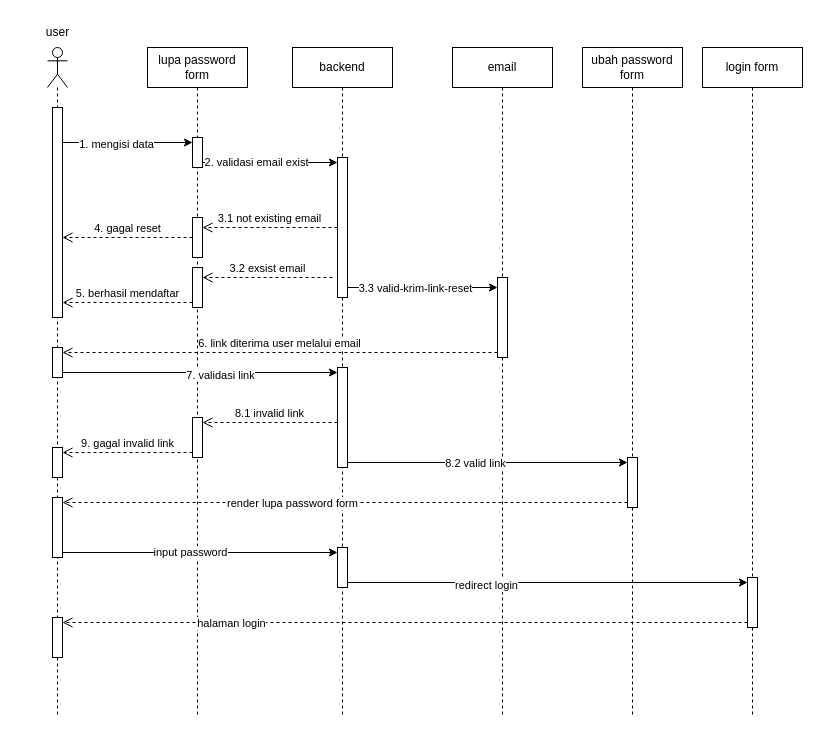
fuatanshori/flowchart keeps this draw.io diagram as squence/lupa password.drawio. Above is the earlier version. Source tidied: cells renumbered, new cells numbered last; positions are measured from the earlier drawing's top-left corner, leaving out a move shared by most shapes. Both pictures are drawn from the tidied source at 100%, with x=0, y=0 at pixel (32, 17).
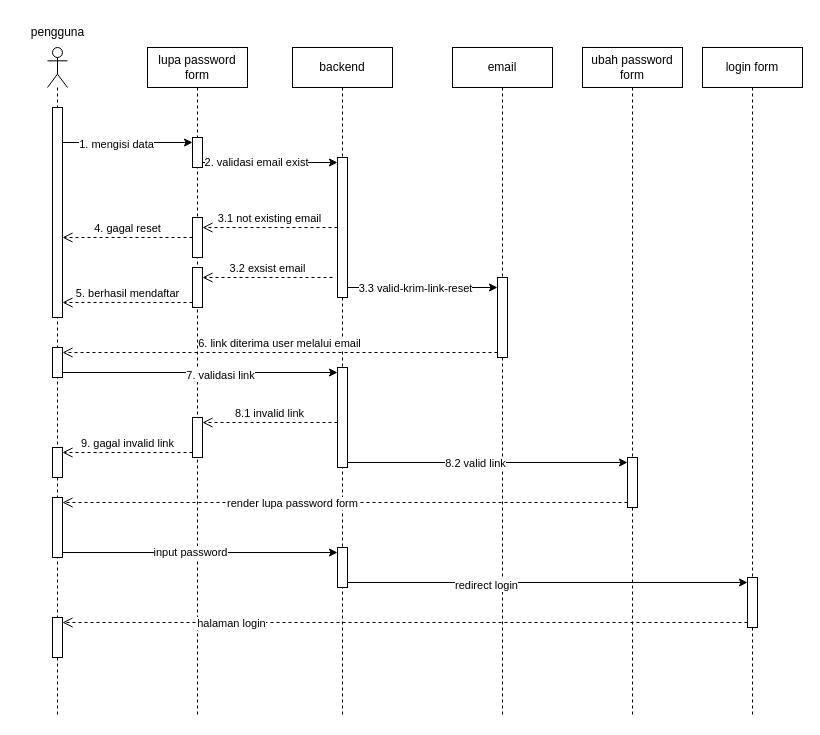
Above is the later version.

Change to the diagram source:
```diff
@@
-    <mxCell id="7" value="user" style="text;html=1;align=center;verticalAlign=middle;strokeColor=none;fillColor=none;" parent="1" vertex="1">
-      <mxGeometry width="50" height="30" as="geometry" />
+    <mxCell id="7" value="pengguna" style="text;html=1;align=center;verticalAlign=middle;strokeColor=none;fillColor=none;" parent="1" vertex="1">
+      <mxGeometry x="-15" width="80" height="30" as="geometry" />
     </mxCell>
```
